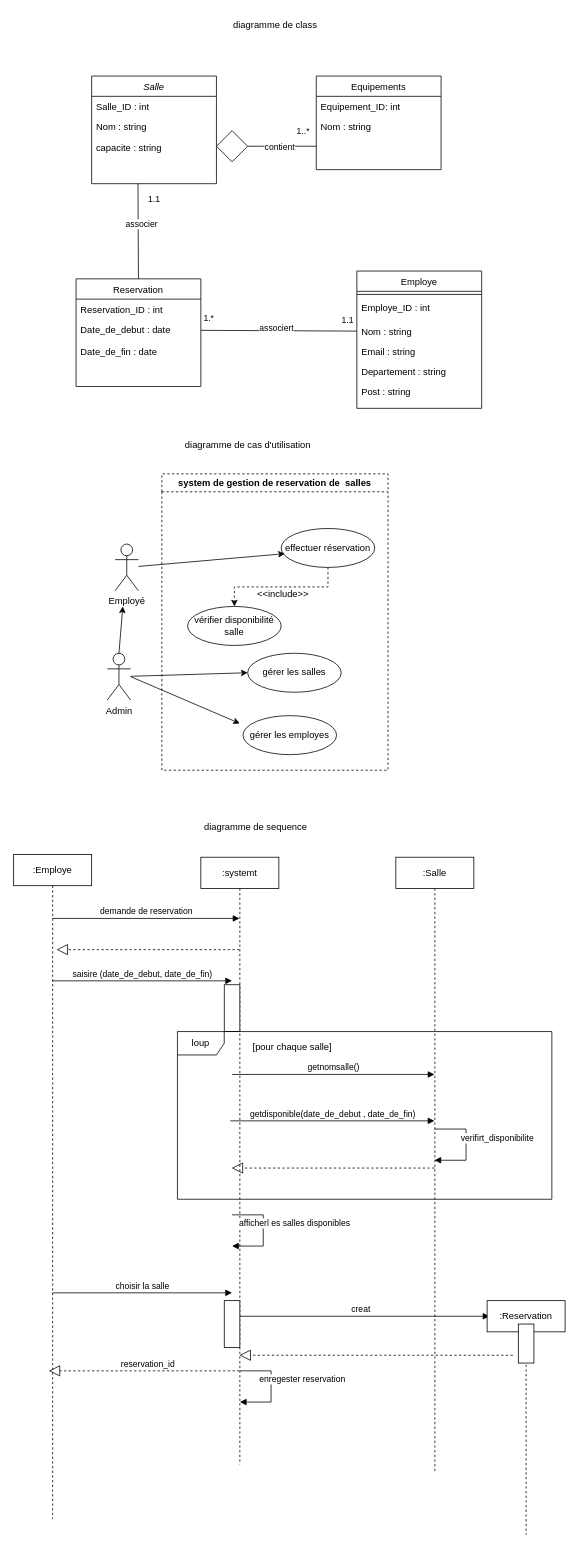
Before: Diagramme sans nom.drawio in Fatiroot/Bookify, a draw.io diagram. Source tidied: cells renumbered, new cells numbered last; positions are measured from the earlier drawing's top-left corner, leaving out a move shared by most shapes. Both pictures are drawn from the tidied source at 78%, with x=0, y=0 at pixel (13, 13).
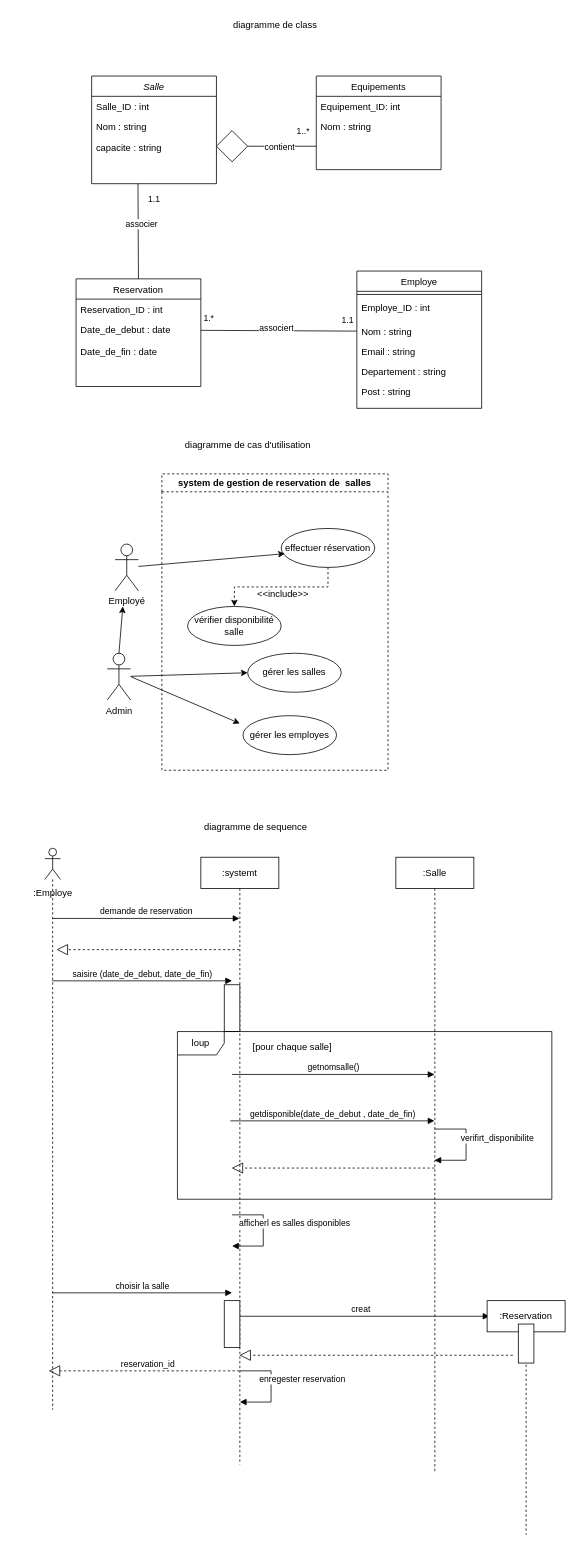
The same page after the edit.

Commit message:
Mettre à jour Diagrammesde classe , cas d'utilisation et de séquence

Change to the diagram source:
```diff
@@
-    <mxCell id="44" value=":Employe" style="shape=umlLifeline;perimeter=lifelinePerimeter;whiteSpace=wrap;html=1;outlineConnect=0;portConstraint=eastwest;newEdgeStyle={&quot;curved&quot;:0,&quot;rounded&quot;:0};" parent="1" vertex="1">
-      <mxGeometry y="1078" width="100" height="852" as="geometry" />
-    </mxCell>
@@
-    <mxCell id="48" value="saisire (date_de_debut, date_de_fin)" style="html=1;verticalAlign=bottom;endArrow=block;curved=0;rounded=0;" parent="1" edge="1" source="44">
+    <mxCell id="48" value="saisire (date_de_debut, date_de_fin)" style="html=1;verticalAlign=bottom;endArrow=block;curved=0;rounded=0;" parent="1" edge="1">
       <mxGeometry relative="1" as="geometry">
+        <mxPoint x="49.5" y="1240" as="sourcePoint" />
         <mxPoint x="280" y="1240" as="targetPoint" />
       </mxGeometry>
     </mxCell>
@@
+    <mxCell id="70" style="shape=umlLifeline;perimeter=lifelinePerimeter;whiteSpace=wrap;html=1;newEdgeStyle={&quot;curved&quot;:0,&quot;rounded&quot;:0};participant=umlActor;" parent="1" vertex="1">
+      <mxGeometry x="40" y="1070" width="20" height="720" as="geometry" />
+    </mxCell>
+    <mxCell id="44" value=":Employe" style="text;html=1;align=center;verticalAlign=middle;points=[];strokeColor=none;fillColor=none;" parent="1" vertex="1">
+      <mxGeometry x="15" y="1113" width="70" height="30" as="geometry" />
+    </mxCell>
```
